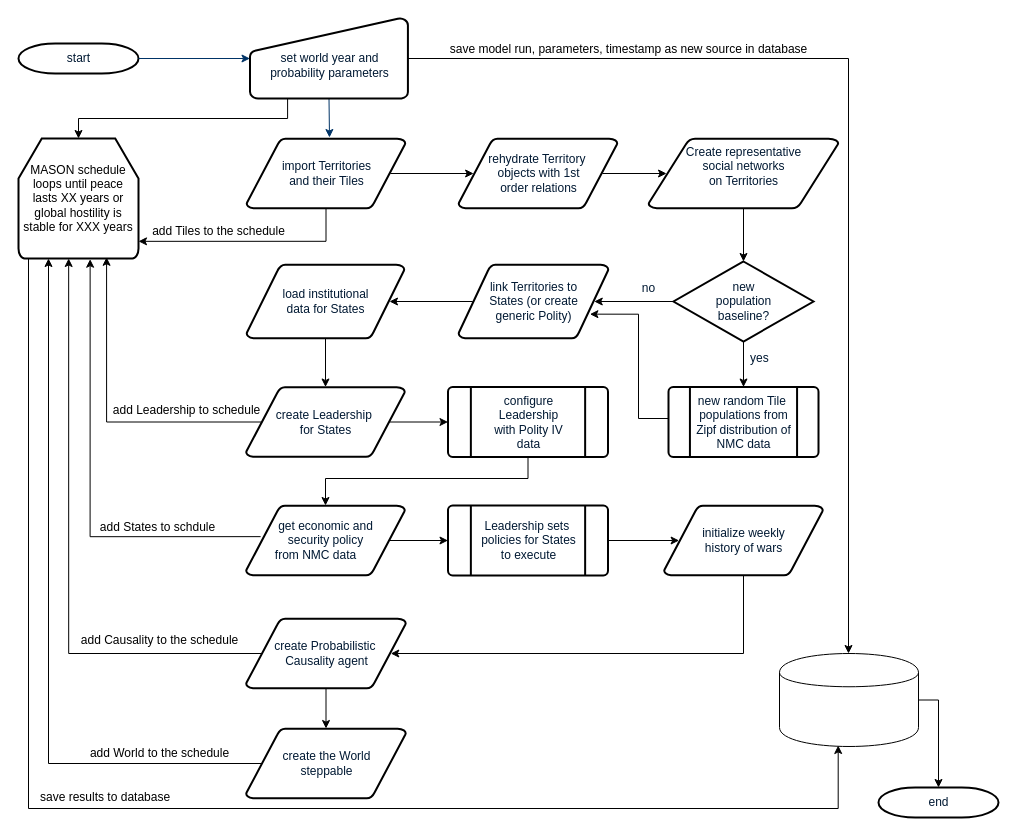
Before: documentation/simulationSetup.drawio in usuallycwdillon/george, a draw.io diagram. Source tidied: cells renumbered, new cells numbered last; positions are measured from the earlier drawing's top-left corner, leaving out a move shared by most shapes. Both pictures are drawn from the tidied source at 100%, with x=0, y=0 at pixel (18, 18).
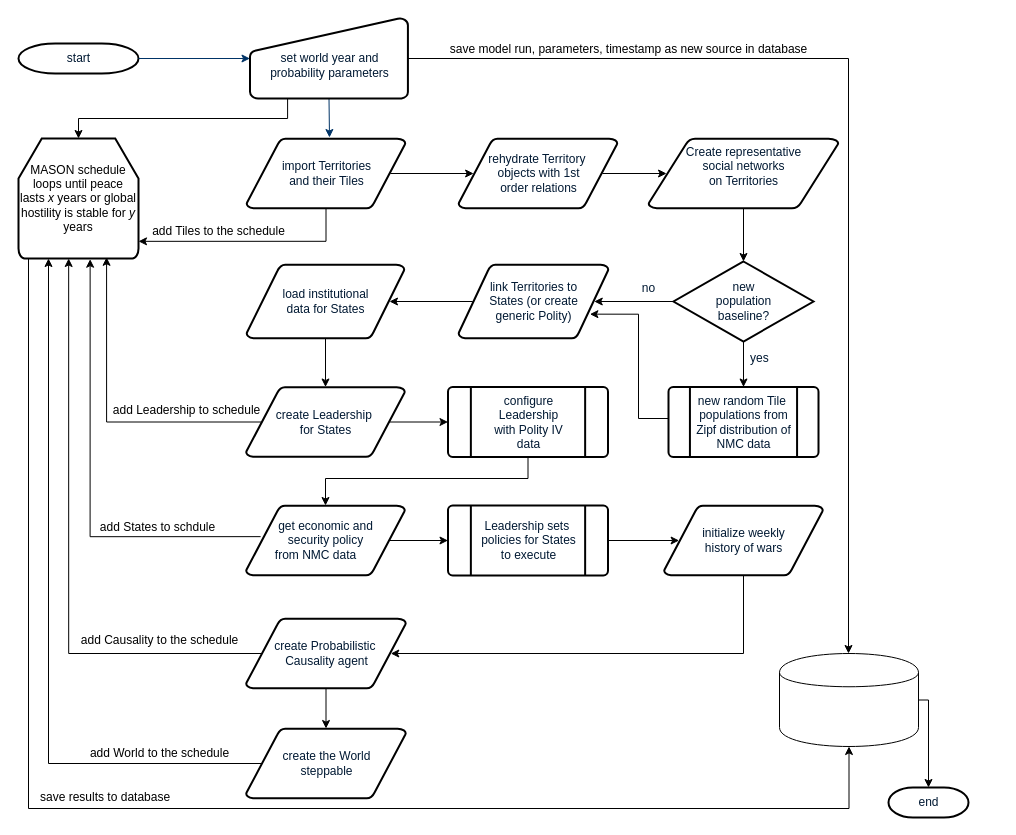
Above is the later version.

The change refers to these unchanged cells:
```xml
<mxCell id="31" style="shape=cylinder;whiteSpace=wrap;html=1;boundedLbl=1;backgroundOutline=1;" parent="1" vertex="1">
  <mxGeometry x="761" y="635" width="139" height="93" as="geometry" />
</mxCell>
```

Diff of the diagram source:
```diff
@@
     <mxCell id="29" value="end" style="shape=mxgraph.flowchart.terminator;fillColor=#FFFFFF;strokeColor=#000000;strokeWidth=2;gradientColor=none;gradientDirection=north;fontColor=#001933;fontStyle=0;html=1;" parent="1" vertex="1">
-      <mxGeometry x="860" y="769" width="120" height="30" as="geometry" />
+      <mxGeometry x="870" y="769" width="80" height="30" as="geometry" />
     </mxCell>
     <mxCell id="30" style="edgeStyle=orthogonalEdgeStyle;rounded=0;jettySize=auto;html=1;entryX=0.5;entryY=0;entryDx=0;entryDy=0;entryPerimeter=0;exitX=1;exitY=0.5;exitDx=0;exitDy=0;" parent="1" edge="1" source="31" target="29">
-      <mxGeometry relative="1" as="geometry" />
+      <mxGeometry relative="1" as="geometry">
+        <Array as="points">
+          <mxPoint x="910" y="682" />
+        </Array>
+      </mxGeometry>
     </mxCell>
@@
-    <mxCell id="50" style="edgeStyle=orthogonalEdgeStyle;rounded=0;orthogonalLoop=1;jettySize=auto;html=1;exitX=0.083;exitY=1;exitDx=0;exitDy=0;exitPerimeter=0;entryX=0.5;entryY=1;entryDx=0;entryDy=0;" parent="1" edge="1">
+    <mxCell id="50" style="edgeStyle=orthogonalEdgeStyle;rounded=0;jettySize=auto;html=1;exitX=0.083;exitY=1;exitDx=0;exitDy=0;exitPerimeter=0;entryX=0.5;entryY=1;entryDx=0;entryDy=0;" parent="1" edge="1" target="31">
       <mxGeometry relative="1" as="geometry">
         <mxPoint x="10" y="239" as="sourcePoint" />
-        <mxPoint x="819.7" y="727" as="targetPoint" />
         <Array as="points">
           <mxPoint x="10" y="790" />
-          <mxPoint x="820" y="790" />
+          <mxPoint x="831" y="790" />
         </Array>
       </mxGeometry>
     </mxCell>
-    <mxCell id="51" value="MASON schedule loops until peace lasts XX years or global hostility is stable for XXX years" style="strokeWidth=2;html=1;shape=mxgraph.flowchart.loop_limit;whiteSpace=wrap;" parent="1" vertex="1">
+    <mxCell id="51" value="MASON schedule loops until peace lasts &lt;i&gt;x&lt;/i&gt; years or global hostility is stable for &lt;i&gt;y&lt;/i&gt; years" style="strokeWidth=2;html=1;shape=mxgraph.flowchart.loop_limit;whiteSpace=wrap;" parent="1" vertex="1">
       <mxGeometry y="120" width="120" height="120" as="geometry" />
     </mxCell>
```
